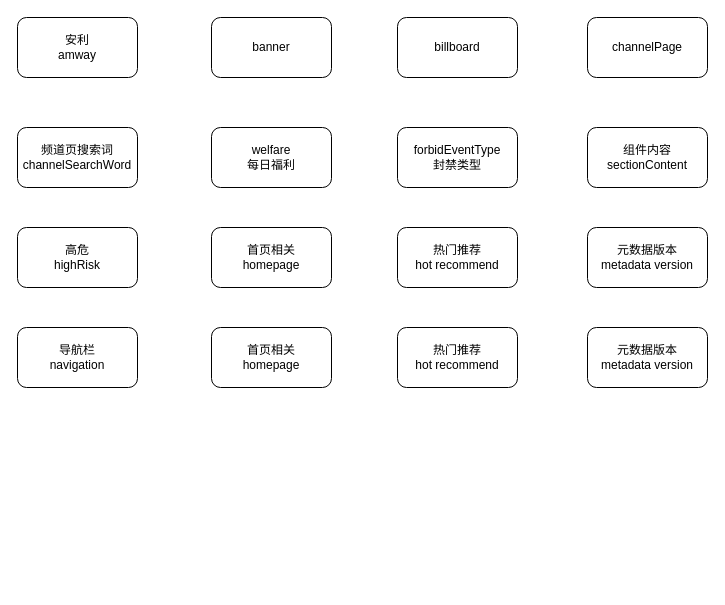
Earlier version of the draw.io diagram page "service-app-config" (1 of 10) of service-app-config.drawio (songmulin/rr-business). Source tidied: cells renumbered, new cells numbered last; positions are measured from the earlier drawing's top-left corner, leaving out a move shared by most shapes. Both pictures are drawn from the tidied source at 100%, with x=0, y=0 at pixel (17, 17).
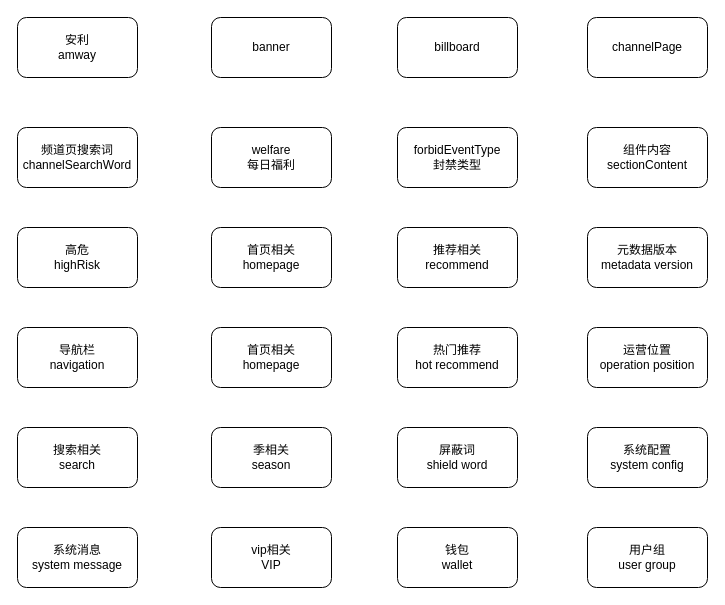
After the change.

Diff of the diagram source:
```diff
@@
-    <mxCell id="12" value="热门推荐&lt;br&gt;hot recommend" style="rounded=1;whiteSpace=wrap;html=1;" parent="1" vertex="1">
+    <mxCell id="12" value="推荐相关&lt;br&gt;recommend" style="rounded=1;whiteSpace=wrap;html=1;" parent="1" vertex="1">
       <mxGeometry x="380" y="210" width="120" height="60" as="geometry" />
     </mxCell>
@@
-    <mxCell id="17" value="元数据版本&lt;br&gt;metadata version" style="rounded=1;whiteSpace=wrap;html=1;" parent="1" vertex="1">
+    <mxCell id="17" value="运营位置&lt;br&gt;operation position" style="rounded=1;whiteSpace=wrap;html=1;" parent="1" vertex="1">
       <mxGeometry x="570" y="310" width="120" height="60" as="geometry" />
     </mxCell>
+    <mxCell id="18" value="搜索相关&lt;br&gt;search" style="rounded=1;whiteSpace=wrap;html=1;" parent="1" vertex="1">
+      <mxGeometry y="410" width="120" height="60" as="geometry" />
+    </mxCell>
+    <mxCell id="19" value="季相关&lt;br&gt;season" style="rounded=1;whiteSpace=wrap;html=1;" parent="1" vertex="1">
+      <mxGeometry x="194" y="410" width="120" height="60" as="geometry" />
+    </mxCell>
+    <mxCell id="20" value="屏蔽词&lt;br&gt;shield word" style="rounded=1;whiteSpace=wrap;html=1;" parent="1" vertex="1">
+      <mxGeometry x="380" y="410" width="120" height="60" as="geometry" />
+    </mxCell>
+    <mxCell id="21" value="系统配置&lt;br&gt;system config" style="rounded=1;whiteSpace=wrap;html=1;" parent="1" vertex="1">
+      <mxGeometry x="570" y="410" width="120" height="60" as="geometry" />
+    </mxCell>
+    <mxCell id="22" value="系统消息&lt;br&gt;system message" style="rounded=1;whiteSpace=wrap;html=1;" parent="1" vertex="1">
+      <mxGeometry y="510" width="120" height="60" as="geometry" />
+    </mxCell>
+    <mxCell id="23" value="vip相关&lt;br&gt;VIP" style="rounded=1;whiteSpace=wrap;html=1;" parent="1" vertex="1">
+      <mxGeometry x="194" y="510" width="120" height="60" as="geometry" />
+    </mxCell>
+    <mxCell id="24" value="钱包&lt;br&gt;wallet" style="rounded=1;whiteSpace=wrap;html=1;" parent="1" vertex="1">
+      <mxGeometry x="380" y="510" width="120" height="60" as="geometry" />
+    </mxCell>
+    <mxCell id="25" value="用户组&lt;br&gt;user group" style="rounded=1;whiteSpace=wrap;html=1;" parent="1" vertex="1">
+      <mxGeometry x="570" y="510" width="120" height="60" as="geometry" />
+    </mxCell>
```
